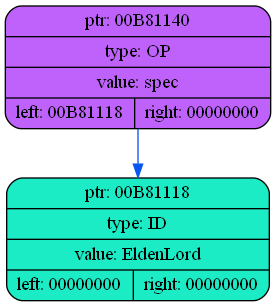
The Graphviz diagram dump/dump1.png in coffee8cat/Elden-language, before a commit. Its source is kept beside it as dump/dump1.dot. The source it was exported from:
```dot
digraph
{
    rankdir=TP

        node00B81140[shape=record,style="rounded,filled",fillcolor="#BF62FC",label="{ ptr: 00B81140 | type: OP | value: spec| { left: 00B81118 | right: 00000000 }}"];
    node00B81140 -> node00B81118[color="#0855F0"]
    node00B81118[shape=record,style="rounded,filled",fillcolor="#1BECC5",label="{ ptr: 00B81118 | type: ID | value: EldenLord| { left: 00000000 | right: 00000000 }}"];
}
```
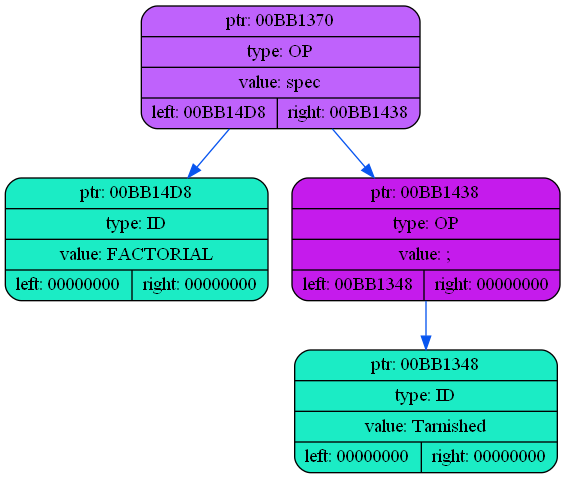
Later version of the same file.

What changed in the source:
```diff
@@ -2,7 +2,11 @@
 {
     rankdir=TP
 
-        node00B81140[shape=record,style="rounded,filled",fillcolor="#BF62FC",label="{ ptr: 00B81140 | type: OP | value: spec| { left: 00B81118 | right: 00000000 }}"];
-    node00B81140 -> node00B81118[color="#0855F0"]
-    node00B81118[shape=record,style="rounded,filled",fillcolor="#1BECC5",label="{ ptr: 00B81118 | type: ID | value: EldenLord| { left: 00000000 | right: 00000000 }}"];
+        node00BB1370[shape=record,style="rounded,filled",fillcolor="#BF62FC",label="{ ptr: 00BB1370 | type: OP | value: spec| { left: 00BB14D8 | right: 00BB1438 }}"];
+    node00BB1370 -> node00BB14D8[color="#0855F0"]
+    node00BB14D8[shape=record,style="rounded,filled",fillcolor="#1BECC5",label="{ ptr: 00BB14D8 | type: ID | value: FACTORIAL| { left: 00000000 | right: 00000000 }}"];
+    node00BB1370 -> node00BB1438[color="#0855F0"]
+    node00BB1438[shape=record,style="rounded,filled",fillcolor="#C51BEC",label="{ ptr: 00BB1438 | type: OP | value: ;| { left: 00BB1348 | right: 00000000 }}"];
+    node00BB1438 -> node00BB1348[color="#0855F0"]
+    node00BB1348[shape=record,style="rounded,filled",fillcolor="#1BECC5",label="{ ptr: 00BB1348 | type: ID | value: Tarnished| { left: 00000000 | right: 00000000 }}"];
 }
```
